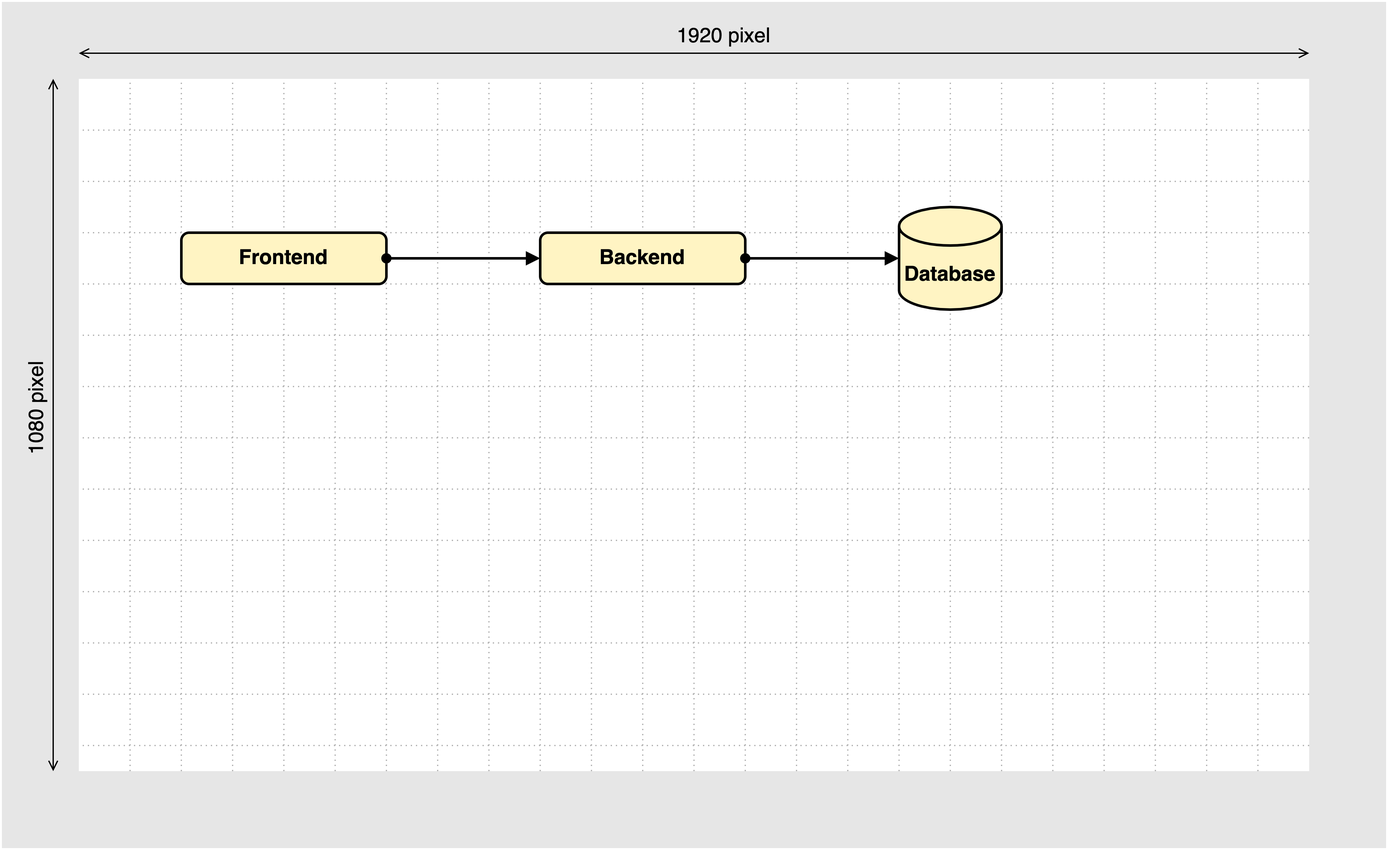
Above: diagrams/canvas-guideline_infinite-space_2.png in martinleggewie/visual-tips-for-creating-schematic-diagrams (draw.io), before the change. Source tidied: cells renumbered, new cells last; positions are measured from the earlier drawing's top-left corner, leaving out a move shared by most shapes.
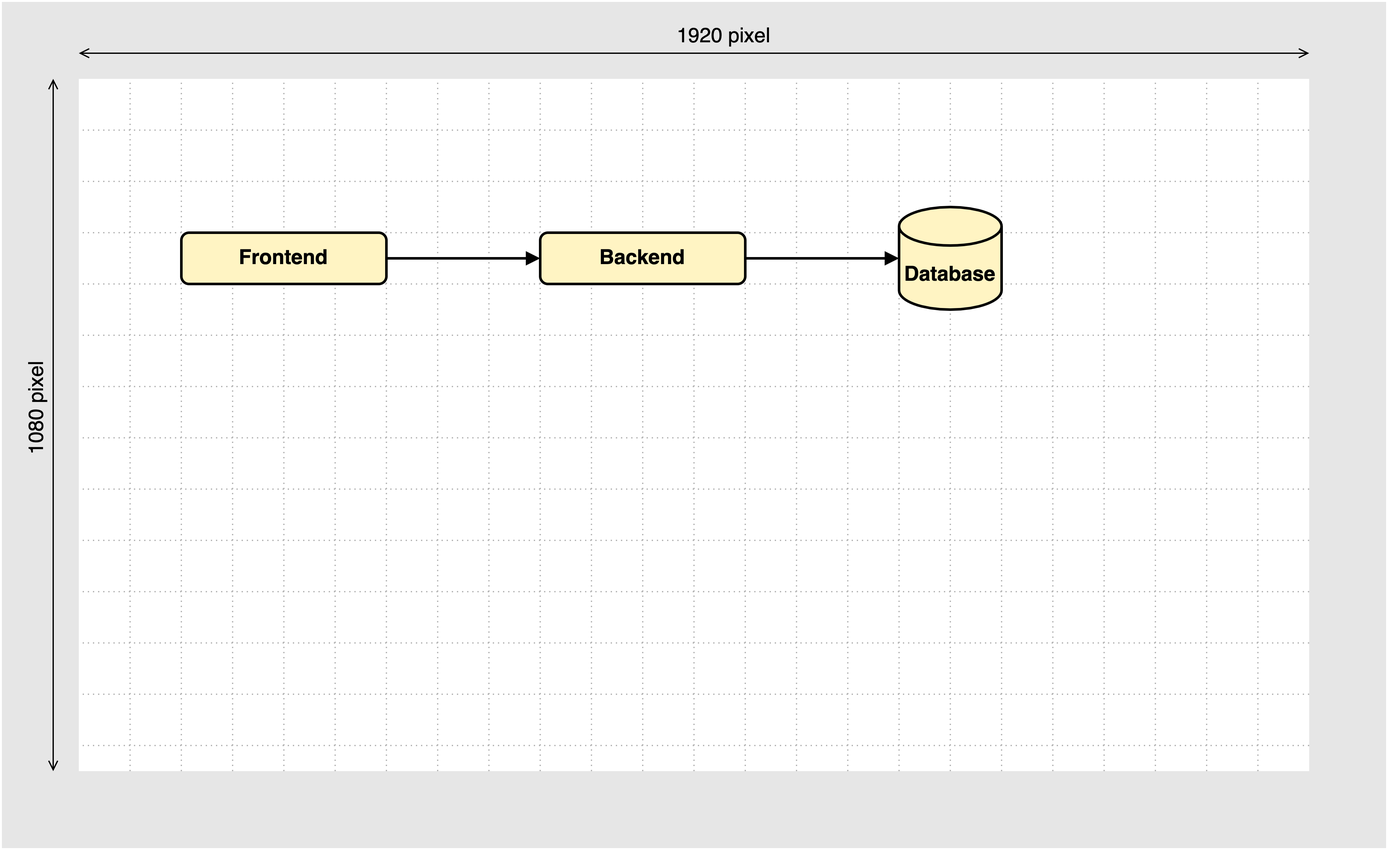
Later version of the same file.

Change to the diagram source:
```diff
@@ -250,13 +250,13 @@
     <mxCell id="47" value="Backend" style="rounded=1;whiteSpace=wrap;html=1;strokeWidth=2;fontSize=16;fontStyle=1;fillColor=#FFF4C3;" parent="45" vertex="1">
       <mxGeometry x="420" y="180" width="160" height="40" as="geometry" />
     </mxCell>
-    <mxCell id="48" style="rounded=0;jettySize=auto;html=1;fontSize=16;endArrow=block;endFill=1;startArrow=oval;startFill=1;strokeWidth=2;" parent="45" edge="1" source="46" target="47">
+    <mxCell id="48" style="rounded=0;jettySize=auto;html=1;fontSize=16;endArrow=block;endFill=1;startArrow=none;startFill=0;strokeWidth=2;" parent="45" edge="1" source="46" target="47">
       <mxGeometry relative="1" as="geometry" />
     </mxCell>
     <mxCell id="49" value="Database" style="shape=cylinder3;whiteSpace=wrap;html=1;boundedLbl=1;backgroundOutline=1;size=15;strokeWidth=2;fontSize=16;verticalAlign=middle;labelPosition=center;verticalLabelPosition=middle;align=center;fontStyle=1;fillColor=#FFF4C3;" parent="45" vertex="1">
       <mxGeometry x="700" y="160" width="80" height="80" as="geometry" />
     </mxCell>
-    <mxCell id="50" style="edgeStyle=none;rounded=0;jettySize=auto;html=1;startArrow=oval;startFill=1;endArrow=block;endFill=1;strokeWidth=2;fontSize=16;" parent="45" edge="1" source="47" target="49">
+    <mxCell id="50" style="edgeStyle=none;rounded=0;jettySize=auto;html=1;startArrow=none;startFill=0;endArrow=block;endFill=1;strokeWidth=2;fontSize=16;" parent="45" edge="1" source="47" target="49">
       <mxGeometry relative="1" as="geometry" />
     </mxCell>
   </root>
```
